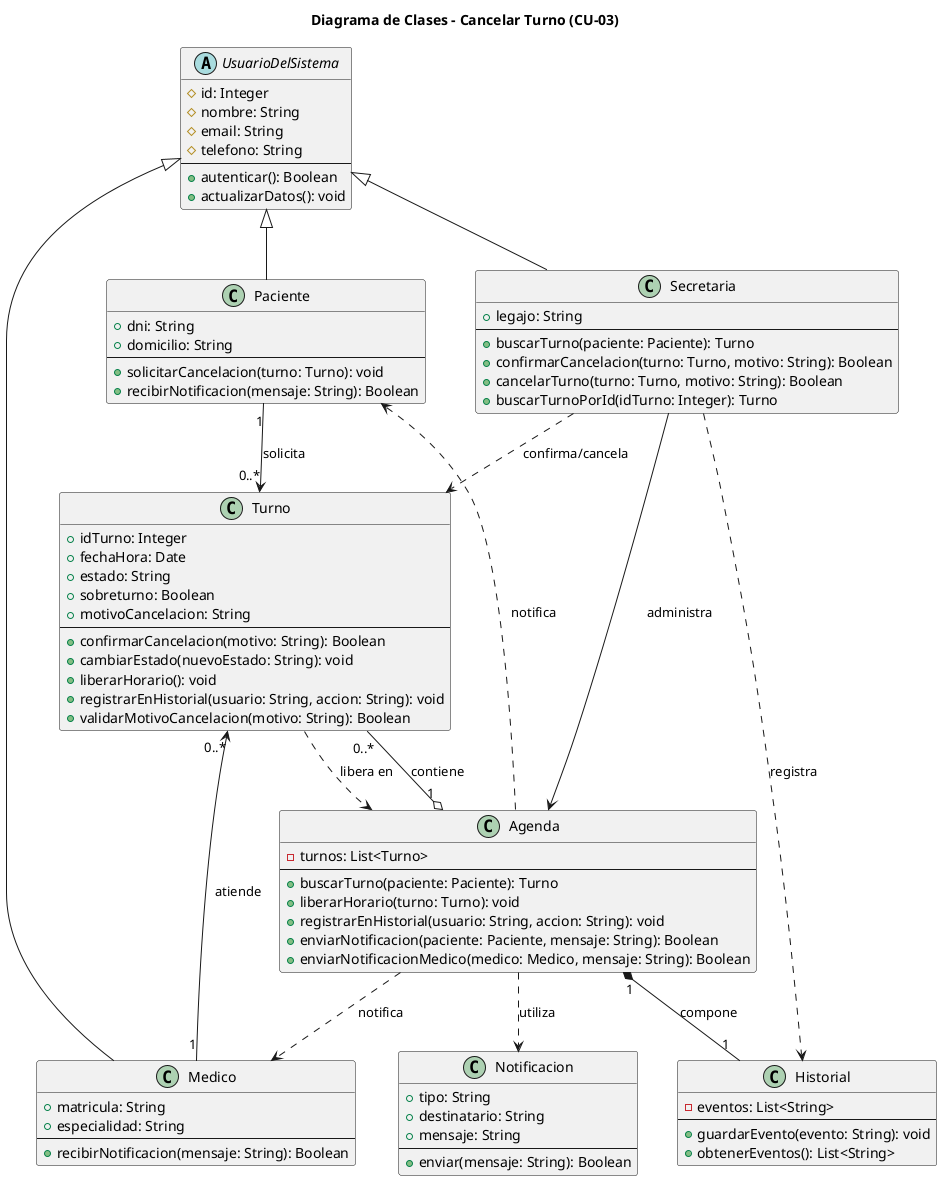
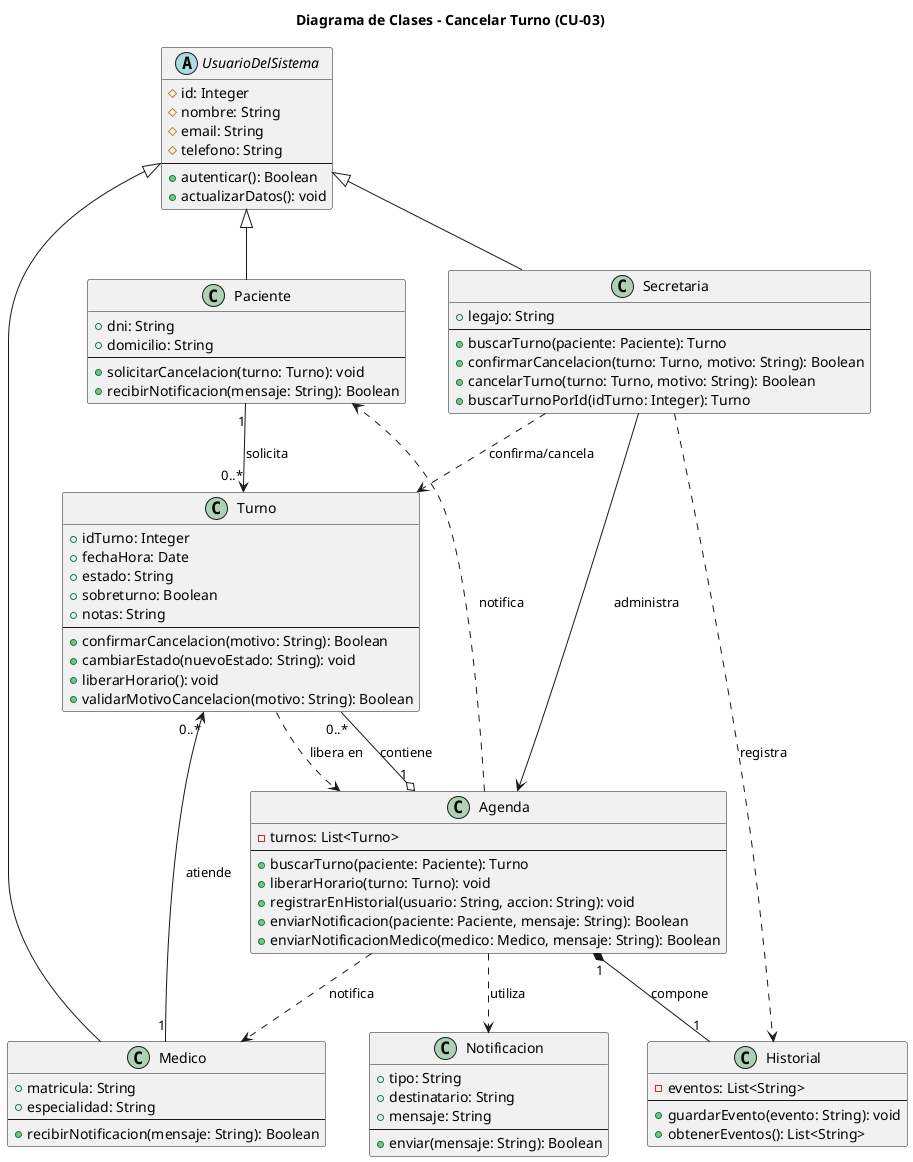
@startuml

title Diagrama de Clases - Cancelar Turno (CU-03)


abstract class UsuarioDelSistema {
  # id: Integer
  # nombre: String
  # email: String
  # telefono: String
  --
  + autenticar(): Boolean
  + actualizarDatos(): void
}


class Paciente {
  + dni: String
  + domicilio: String
  --
  + solicitarCancelacion(turno: Turno): void
  + recibirNotificacion(mensaje: String): Boolean
}

class Secretaria {
  + legajo: String
  --
  + buscarTurno(paciente: Paciente): Turno
  + confirmarCancelacion(turno: Turno, motivo: String): Boolean
  + cancelarTurno(turno: Turno, motivo: String): Boolean
  + buscarTurnoPorId(idTurno: Integer): Turno
}

class Medico {
  + matricula: String
  + especialidad: String
  --
  + recibirNotificacion(mensaje: String): Boolean
}


class Turno {
  + idTurno: Integer
  + fechaHora: Date
  + estado: String
  + sobreturno: Boolean
-   + motivoCancelacion: String
+   + notas: String
  --
  + confirmarCancelacion(motivo: String): Boolean
  + cambiarEstado(nuevoEstado: String): void
  + liberarHorario(): void
-   + registrarEnHistorial(usuario: String, accion: String): void
  + validarMotivoCancelacion(motivo: String): Boolean
}

class Agenda {
  - turnos: List<Turno>
  --
  + buscarTurno(paciente: Paciente): Turno
  + liberarHorario(turno: Turno): void
  + registrarEnHistorial(usuario: String, accion: String): void
  + enviarNotificacion(paciente: Paciente, mensaje: String): Boolean
  + enviarNotificacionMedico(medico: Medico, mensaje: String): Boolean
}

class Historial {
  - eventos: List<String>
  --
  + guardarEvento(evento: String): void
  + obtenerEventos(): List<String>
}

class Notificacion {
  + tipo: String
  + destinatario: String
  + mensaje: String
  --
  + enviar(mensaje: String): Boolean
}


UsuarioDelSistema <|-- Paciente
UsuarioDelSistema <|-- Secretaria
UsuarioDelSistema <|-- Medico

Paciente "1" --> "0..*" Turno : solicita
Medico "1" --> "0..*" Turno : atiende
Secretaria --> Agenda : administra
Secretaria ..> Turno : confirma/cancela
Secretaria ..> Historial : registra

Agenda "1" o-- "0..*" Turno : contiene
Agenda "1" *-- "1" Historial : compone
Agenda ..> Notificacion : utiliza
Agenda ..> Paciente : notifica
Agenda ..> Medico : notifica

Turno ..> Agenda : libera en

@enduml